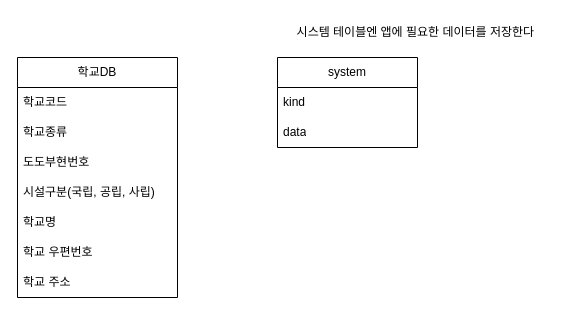
This is page "phone" (1 of 2) of doc/DB.drawio from jhh78/find_friend, a draw.io file, before an edit. Source tidied: cells renumbered, new cells numbered last; positions are measured from the earlier drawing's top-left corner, leaving out a move shared by most shapes. Both pictures are drawn from the tidied source at 100%, with x=0, y=0 at pixel (17, 17).
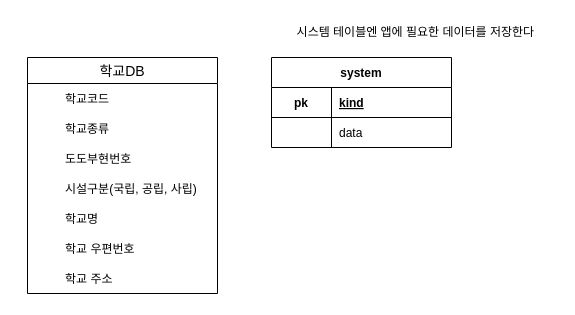
After the change.

The edit, as a diff of the source:
```diff
@@
+    <mxCell id="13" value="시스템 테이블엔 앱에 필요한 데이터를 저장한다&amp;nbsp;" style="text;html=1;strokeColor=none;fillColor=none;align=center;verticalAlign=middle;whiteSpace=wrap;rounded=0;" parent="1" vertex="1">
+      <mxGeometry x="260" width="280" height="30" as="geometry" />
+    </mxCell>
-    <mxCell id="2" value="system" style="swimlane;fontStyle=0;horizontal=1;startSize=30;whiteSpace=wrap;html=1;" parent="1" vertex="1">
-      <mxGeometry x="260" y="40" width="140" height="90" as="geometry" />
+    <mxCell id="2" value="system" style="shape=table;startSize=30;childLayout=tableLayout;rowLines=0;fontStyle=1;align=center;" parent="1" vertex="1">
+      <mxGeometry x="254" y="40" width="180" height="90" as="geometry" />
     </mxCell>
+    <mxCell id="14" style="shape=tableRow;horizontal=0;startSize=0;swimlaneHead=0;swimlaneBody=0;fillColor=none;top=0;left=0;right=0;bottom=1;" parent="2" vertex="1">
+      <mxGeometry y="30" width="180" height="30" as="geometry" />
+    </mxCell>
+    <mxCell id="15" value="pk" style="shape=partialRectangle;fillColor=none;top=0;left=0;bottom=0;right=0;fontStyle=1;overflow=hidden;" parent="14" vertex="1">
+      <mxGeometry width="60" height="30" as="geometry" />
+    </mxCell>
-    <mxCell id="3" value="kind" style="text;strokeColor=none;fillColor=none;align=left;verticalAlign=middle;spacingLeft=4;spacingRight=4;overflow=hidden;whiteSpace=wrap;html=1;" parent="2" vertex="1">
-      <mxGeometry y="30" width="140" height="30" as="geometry" />
+    <mxCell id="3" value="kind" style="shape=partialRectangle;fillColor=none;top=0;left=0;bottom=0;right=0;align=left;spacingLeft=6;fontStyle=5;overflow=hidden;" parent="14" vertex="1">
+      <mxGeometry x="60" width="120" height="30" as="geometry" />
     </mxCell>
+    <mxCell id="16" style="shape=tableRow;horizontal=0;startSize=0;swimlaneHead=0;swimlaneBody=0;fillColor=none;top=0;left=0;right=0;bottom=0;" parent="2" vertex="1">
+      <mxGeometry y="60" width="180" height="30" as="geometry" />
+    </mxCell>
+    <mxCell id="17" style="shape=partialRectangle;fillColor=none;top=0;left=0;bottom=0;right=0;overflow=hidden;" parent="16" vertex="1">
+      <mxGeometry width="60" height="30" as="geometry" />
+    </mxCell>
-    <mxCell id="4" value="data" style="text;strokeColor=none;fillColor=none;align=left;verticalAlign=middle;spacingLeft=4;spacingRight=4;overflow=hidden;whiteSpace=wrap;html=1;" parent="2" vertex="1">
-      <mxGeometry y="60" width="140" height="30" as="geometry" />
+    <mxCell id="4" value="data" style="shape=partialRectangle;fillColor=none;top=0;left=0;bottom=0;right=0;align=left;spacingLeft=6;overflow=hidden;" parent="16" vertex="1">
+      <mxGeometry x="60" width="120" height="30" as="geometry" />
     </mxCell>
-    <mxCell id="5" value="학교DB" style="swimlane;fontStyle=0;horizontal=1;startSize=30;whiteSpace=wrap;html=1;" parent="1" vertex="1">
-      <mxGeometry y="40" width="160" height="240" as="geometry" />
+    <mxCell id="5" value="학교DB" style="swimlane;fontStyle=0;horizontal=1;startSize=26;align=center;fontSize=14;" parent="1" vertex="1">
+      <mxGeometry x="10" y="40" width="190" height="236" as="geometry" />
     </mxCell>
+    <mxCell id="18" style="shape=table;startSize=0;childLayout=tableLayout;rowLines=0;fontStyle=0;align=center;strokeColor=none;fillColor=none;" parent="5" vertex="1">
+      <mxGeometry y="26" width="190" height="30" as="geometry" />
+    </mxCell>
+    <mxCell id="19" style="shape=tableRow;horizontal=0;startSize=0;swimlaneHead=0;swimlaneBody=0;fillColor=none;top=0;left=0;right=0;bottom=0;" parent="18" vertex="1">
+      <mxGeometry width="190" height="30" as="geometry" />
+    </mxCell>
+    <mxCell id="20" style="shape=partialRectangle;fillColor=none;top=0;left=0;bottom=0;right=0;fontStyle=0;overflow=hidden;" parent="19" vertex="1">
+      <mxGeometry width="30" height="30" as="geometry" />
+    </mxCell>
-    <mxCell id="6" value="학교코드" style="text;strokeColor=none;fillColor=none;align=left;verticalAlign=middle;spacingLeft=4;spacingRight=4;overflow=hidden;whiteSpace=wrap;html=1;" parent="5" vertex="1">
-      <mxGeometry y="30" width="160" height="30" as="geometry" />
+    <mxCell id="6" value="학교코드" style="shape=partialRectangle;fillColor=none;top=0;left=0;bottom=0;right=0;align=left;spacingLeft=6;fontStyle=0;overflow=hidden;" parent="19" vertex="1">
+      <mxGeometry x="30" width="160" height="30" as="geometry" />
     </mxCell>
+    <mxCell id="21" style="shape=table;startSize=0;childLayout=tableLayout;rowLines=0;fontStyle=0;align=center;strokeColor=none;fillColor=none;" parent="5" vertex="1">
+      <mxGeometry y="56" width="190" height="30" as="geometry" />
+    </mxCell>
+    <mxCell id="22" style="shape=tableRow;horizontal=0;startSize=0;swimlaneHead=0;swimlaneBody=0;fillColor=none;top=0;left=0;right=0;bottom=0;" parent="21" vertex="1">
+      <mxGeometry width="190" height="30" as="geometry" />
+    </mxCell>
+    <mxCell id="23" style="shape=partialRectangle;fillColor=none;top=0;left=0;bottom=0;right=0;fontStyle=0;overflow=hidden;" parent="22" vertex="1">
+      <mxGeometry width="30" height="30" as="geometry" />
+    </mxCell>
-    <mxCell id="7" value="학교종류" style="text;strokeColor=none;fillColor=none;align=left;verticalAlign=middle;spacingLeft=4;spacingRight=4;overflow=hidden;whiteSpace=wrap;html=1;" parent="5" vertex="1">
-      <mxGeometry y="60" width="160" height="30" as="geometry" />
+    <mxCell id="7" value="학교종류" style="shape=partialRectangle;fillColor=none;top=0;left=0;bottom=0;right=0;align=left;spacingLeft=6;fontStyle=0;overflow=hidden;" parent="22" vertex="1">
+      <mxGeometry x="30" width="160" height="30" as="geometry" />
     </mxCell>
+    <mxCell id="24" style="shape=table;startSize=0;childLayout=tableLayout;rowLines=0;fontStyle=0;align=center;strokeColor=none;fillColor=none;" parent="5" vertex="1">
+      <mxGeometry y="86" width="190" height="30" as="geometry" />
+    </mxCell>
+    <mxCell id="25" style="shape=tableRow;horizontal=0;startSize=0;swimlaneHead=0;swimlaneBody=0;fillColor=none;top=0;left=0;right=0;bottom=0;" parent="24" vertex="1">
+      <mxGeometry width="190" height="30" as="geometry" />
+    </mxCell>
+    <mxCell id="26" style="shape=partialRectangle;fillColor=none;top=0;left=0;bottom=0;right=0;fontStyle=0;overflow=hidden;" parent="25" vertex="1">
+      <mxGeometry width="30" height="30" as="geometry" />
+    </mxCell>
-    <mxCell id="8" value="도도부현번호" style="text;strokeColor=none;fillColor=none;align=left;verticalAlign=middle;spacingLeft=4;spacingRight=4;overflow=hidden;whiteSpace=wrap;html=1;" parent="5" vertex="1">
-      <mxGeometry y="90" width="160" height="30" as="geometry" />
+    <mxCell id="8" value="도도부현번호" style="shape=partialRectangle;fillColor=none;top=0;left=0;bottom=0;right=0;align=left;spacingLeft=6;fontStyle=0;overflow=hidden;" parent="25" vertex="1">
+      <mxGeometry x="30" width="160" height="30" as="geometry" />
     </mxCell>
+    <mxCell id="27" style="shape=table;startSize=0;childLayout=tableLayout;rowLines=0;fontStyle=0;align=center;strokeColor=none;fillColor=none;" parent="5" vertex="1">
+      <mxGeometry y="116" width="190" height="30" as="geometry" />
+    </mxCell>
+    <mxCell id="28" style="shape=tableRow;horizontal=0;startSize=0;swimlaneHead=0;swimlaneBody=0;fillColor=none;top=0;left=0;right=0;bottom=0;" parent="27" vertex="1">
+      <mxGeometry width="190" height="30" as="geometry" />
+    </mxCell>
+    <mxCell id="29" style="shape=partialRectangle;fillColor=none;top=0;left=0;bottom=0;right=0;fontStyle=0;overflow=hidden;" parent="28" vertex="1">
+      <mxGeometry width="30" height="30" as="geometry" />
+    </mxCell>
-    <mxCell id="9" value="시설구분(국립, 공립, 사립)" style="text;strokeColor=none;fillColor=none;align=left;verticalAlign=middle;spacingLeft=4;spacingRight=4;overflow=hidden;whiteSpace=wrap;html=1;" parent="5" vertex="1">
-      <mxGeometry y="120" width="160" height="30" as="geometry" />
+    <mxCell id="9" value="시설구분(국립, 공립, 사립)" style="shape=partialRectangle;fillColor=none;top=0;left=0;bottom=0;right=0;align=left;spacingLeft=6;fontStyle=0;overflow=hidden;" parent="28" vertex="1">
+      <mxGeometry x="30" width="160" height="30" as="geometry" />
     </mxCell>
+    <mxCell id="30" style="shape=table;startSize=0;childLayout=tableLayout;rowLines=0;fontStyle=0;align=center;strokeColor=none;fillColor=none;" parent="5" vertex="1">
+      <mxGeometry y="146" width="190" height="30" as="geometry" />
+    </mxCell>
+    <mxCell id="31" style="shape=tableRow;horizontal=0;startSize=0;swimlaneHead=0;swimlaneBody=0;fillColor=none;top=0;left=0;right=0;bottom=0;" parent="30" vertex="1">
+      <mxGeometry width="190" height="30" as="geometry" />
+    </mxCell>
+    <mxCell id="32" style="shape=partialRectangle;fillColor=none;top=0;left=0;bottom=0;right=0;fontStyle=0;overflow=hidden;" parent="31" vertex="1">
+      <mxGeometry width="30" height="30" as="geometry" />
+    </mxCell>
-    <mxCell id="10" value="학교명" style="text;strokeColor=none;fillColor=none;align=left;verticalAlign=middle;spacingLeft=4;spacingRight=4;overflow=hidden;whiteSpace=wrap;html=1;" parent="5" vertex="1">
-      <mxGeometry y="150" width="160" height="30" as="geometry" />
+    <mxCell id="10" value="학교명" style="shape=partialRectangle;fillColor=none;top=0;left=0;bottom=0;right=0;align=left;spacingLeft=6;fontStyle=0;overflow=hidden;" parent="31" vertex="1">
+      <mxGeometry x="30" width="160" height="30" as="geometry" />
     </mxCell>
+    <mxCell id="33" style="shape=table;startSize=0;childLayout=tableLayout;rowLines=0;fontStyle=0;align=center;strokeColor=none;fillColor=none;" parent="5" vertex="1">
+      <mxGeometry y="176" width="190" height="30" as="geometry" />
+    </mxCell>
+    <mxCell id="34" style="shape=tableRow;horizontal=0;startSize=0;swimlaneHead=0;swimlaneBody=0;fillColor=none;top=0;left=0;right=0;bottom=0;" parent="33" vertex="1">
+      <mxGeometry width="190" height="30" as="geometry" />
+    </mxCell>
+    <mxCell id="35" style="shape=partialRectangle;fillColor=none;top=0;left=0;bottom=0;right=0;fontStyle=0;overflow=hidden;" parent="34" vertex="1">
+      <mxGeometry width="30" height="30" as="geometry" />
+    </mxCell>
-    <mxCell id="11" value="학교 우편번호" style="text;strokeColor=none;fillColor=none;align=left;verticalAlign=middle;spacingLeft=4;spacingRight=4;overflow=hidden;whiteSpace=wrap;html=1;" parent="5" vertex="1">
-      <mxGeometry y="180" width="160" height="30" as="geometry" />
+    <mxCell id="11" value="학교 우편번호" style="shape=partialRectangle;fillColor=none;top=0;left=0;bottom=0;right=0;align=left;spacingLeft=6;fontStyle=0;overflow=hidden;" parent="34" vertex="1">
+      <mxGeometry x="30" width="160" height="30" as="geometry" />
     </mxCell>
+    <mxCell id="36" style="shape=table;startSize=0;childLayout=tableLayout;rowLines=0;fontStyle=0;align=center;strokeColor=none;fillColor=none;" parent="5" vertex="1">
+      <mxGeometry y="206" width="190" height="30" as="geometry" />
+    </mxCell>
+    <mxCell id="37" style="shape=tableRow;horizontal=0;startSize=0;swimlaneHead=0;swimlaneBody=0;fillColor=none;top=0;left=0;right=0;bottom=0;" parent="36" vertex="1">
+      <mxGeometry width="190" height="30" as="geometry" />
+    </mxCell>
+    <mxCell id="38" style="shape=partialRectangle;fillColor=none;top=0;left=0;bottom=0;right=0;fontStyle=0;overflow=hidden;" parent="37" vertex="1">
+      <mxGeometry width="30" height="30" as="geometry" />
+    </mxCell>
-    <mxCell id="12" value="학교 주소" style="text;strokeColor=none;fillColor=none;align=left;verticalAlign=middle;spacingLeft=4;spacingRight=4;overflow=hidden;whiteSpace=wrap;html=1;" parent="5" vertex="1">
-      <mxGeometry y="210" width="160" height="30" as="geometry" />
+    <mxCell id="12" value="학교 주소" style="shape=partialRectangle;fillColor=none;top=0;left=0;bottom=0;right=0;align=left;spacingLeft=6;fontStyle=0;overflow=hidden;" parent="37" vertex="1">
+      <mxGeometry x="30" width="160" height="30" as="geometry" />
     </mxCell>
-    <mxCell id="13" value="시스템 테이블엔 앱에 필요한 데이터를 저장한다&amp;nbsp;" style="text;html=1;strokeColor=none;fillColor=none;align=center;verticalAlign=middle;whiteSpace=wrap;rounded=0;" parent="1" vertex="1">
-      <mxGeometry x="260" width="280" height="30" as="geometry" />
-    </mxCell>
```
